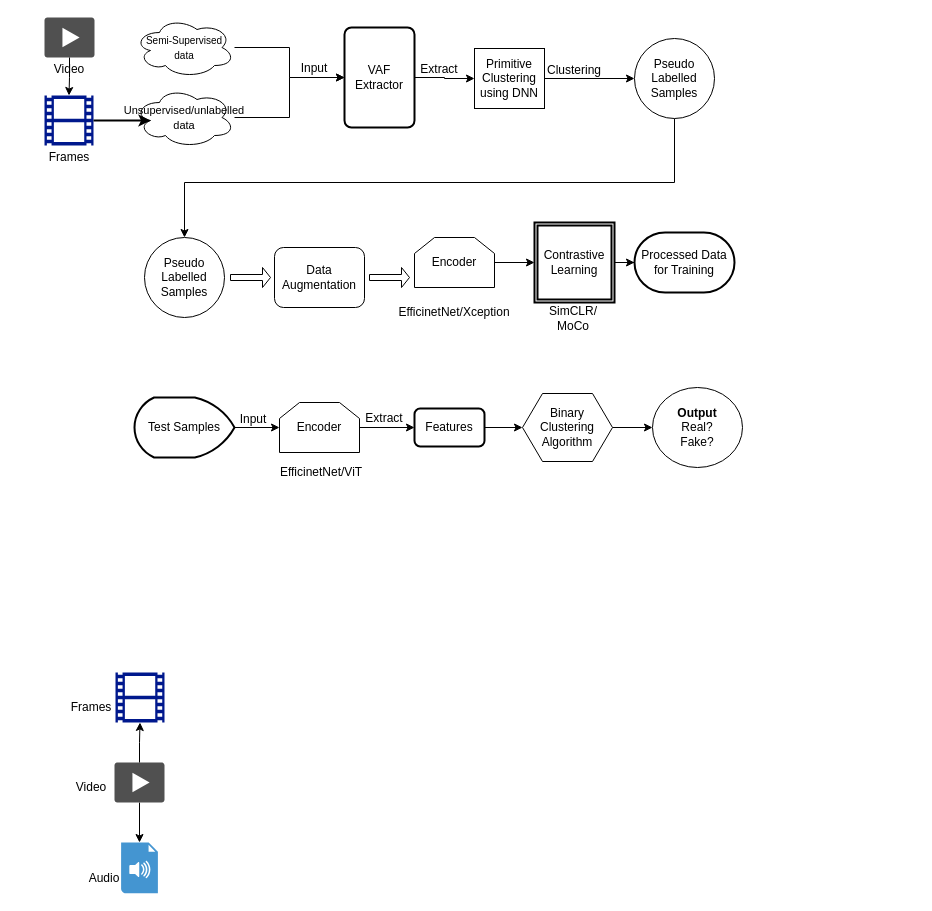
RaghulJ02/chatapp keeps this draw.io diagram as df.drawio. Above is the earlier version. Source tidied: cells renumbered, new cells numbered last; positions are measured from the earlier drawing's top-left corner, leaving out a move shared by most shapes. Both pictures are drawn from the tidied source at 100%, with x=0, y=0 at pixel (39, 17).
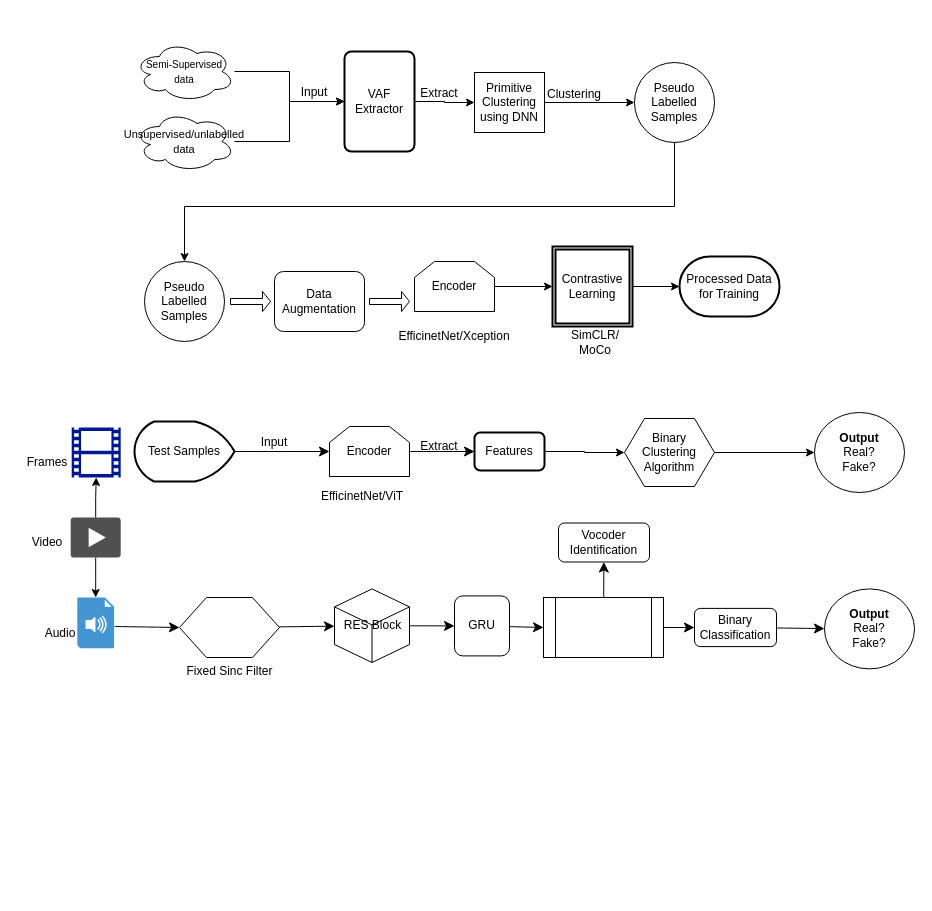
Above is the later version.

Change to the diagram source:
```diff
@@
     <mxCell id="3" value="&lt;font style=&quot;font-size: 10px;&quot;&gt;Semi-Supervised data&lt;/font&gt;" style="ellipse;shape=cloud;whiteSpace=wrap;html=1;align=center;" parent="1" vertex="1">
-      <mxGeometry x="95" width="100" height="60" as="geometry" />
+      <mxGeometry x="95" y="24" width="100" height="60" as="geometry" />
     </mxCell>
@@
     <mxCell id="5" value="&lt;font style=&quot;font-size: 11px;&quot;&gt;Unsupervised/unlabelled data&lt;/font&gt;" style="ellipse;shape=cloud;whiteSpace=wrap;html=1;align=center;" parent="1" vertex="1">
-      <mxGeometry x="95" y="70" width="100" height="60" as="geometry" />
+      <mxGeometry x="95" y="94" width="100" height="60" as="geometry" />
     </mxCell>
@@
     <mxCell id="7" value="VAF Extractor" style="rounded=1;whiteSpace=wrap;html=1;absoluteArcSize=1;arcSize=14;strokeWidth=2;" parent="1" vertex="1">
-      <mxGeometry x="305" y="10" width="70" height="100" as="geometry" />
+      <mxGeometry x="305" y="34" width="70" height="100" as="geometry" />
     </mxCell>
@@
     <mxCell id="9" value="Primitive Clustering using DNN" style="rounded=0;whiteSpace=wrap;html=1;" parent="1" vertex="1">
-      <mxGeometry x="435" y="31" width="70" height="60" as="geometry" />
+      <mxGeometry x="435" y="55" width="70" height="60" as="geometry" />
     </mxCell>
     <mxCell id="10" value="&lt;div&gt;Input&lt;/div&gt;" style="text;html=1;align=center;verticalAlign=middle;whiteSpace=wrap;rounded=0;" parent="1" vertex="1">
-      <mxGeometry x="245" y="36" width="60" height="30" as="geometry" />
+      <mxGeometry x="245" y="60" width="60" height="30" as="geometry" />
     </mxCell>
     <mxCell id="11" value="Extract" style="text;html=1;align=center;verticalAlign=middle;whiteSpace=wrap;rounded=0;" parent="1" vertex="1">
-      <mxGeometry x="370" y="37" width="60" height="30" as="geometry" />
+      <mxGeometry x="370" y="61" width="60" height="30" as="geometry" />
     </mxCell>
     <mxCell id="12" style="edgeStyle=orthogonalEdgeStyle;rounded=0;jettySize=auto;html=1;" parent="1" edge="1" source="13" target="15">
       <mxGeometry relative="1" as="geometry">
         <Array as="points">
-          <mxPoint x="635" y="165" />
-          <mxPoint x="145" y="165" />
+          <mxPoint x="635" y="189" />
+          <mxPoint x="145" y="189" />
         </Array>
       </mxGeometry>
     </mxCell>
     <mxCell id="13" value="Pseudo Labelled Samples" style="ellipse;whiteSpace=wrap;html=1;" parent="1" vertex="1">
-      <mxGeometry x="595" y="21" width="80" height="80" as="geometry" />
+      <mxGeometry x="595" y="45" width="80" height="80" as="geometry" />
     </mxCell>
     <mxCell id="14" value="Clustering" style="text;html=1;align=center;verticalAlign=middle;whiteSpace=wrap;rounded=0;" parent="1" vertex="1">
-      <mxGeometry x="505" y="38" width="60" height="30" as="geometry" />
+      <mxGeometry x="505" y="62" width="60" height="30" as="geometry" />
     </mxCell>
     <mxCell id="15" value="Pseudo Labelled Samples" style="ellipse;whiteSpace=wrap;html=1;" parent="1" vertex="1">
-      <mxGeometry x="105" y="220" width="80" height="80" as="geometry" />
+      <mxGeometry x="105" y="244" width="80" height="80" as="geometry" />
     </mxCell>
     <mxCell id="16" value="Data Augmentation" style="rounded=1;whiteSpace=wrap;html=1;" parent="1" vertex="1">
-      <mxGeometry x="235" y="230" width="90" height="60" as="geometry" />
+      <mxGeometry x="235" y="254" width="90" height="60" as="geometry" />
     </mxCell>
     <mxCell id="17" style="shape=singleArrow;whiteSpace=wrap;html=1;" parent="1" vertex="1">
-      <mxGeometry x="191" y="250" width="40" height="20" as="geometry" />
+      <mxGeometry x="191" y="274" width="40" height="20" as="geometry" />
     </mxCell>
@@
     <mxCell id="19" value="Encoder" style="shape=loopLimit;whiteSpace=wrap;html=1;" parent="1" vertex="1">
-      <mxGeometry x="375" y="220" width="80" height="50" as="geometry" />
+      <mxGeometry x="375" y="244" width="80" height="50" as="geometry" />
     </mxCell>
     <mxCell id="20" style="shape=singleArrow;whiteSpace=wrap;html=1;" parent="1" vertex="1">
-      <mxGeometry x="330" y="250" width="40" height="20" as="geometry" />
+      <mxGeometry x="330" y="274" width="40" height="20" as="geometry" />
     </mxCell>
     <mxCell id="21" value="EfficinetNet/Xception" style="text;html=1;align=center;verticalAlign=middle;whiteSpace=wrap;rounded=0;" parent="1" vertex="1">
-      <mxGeometry x="385" y="280" width="60" height="30" as="geometry" />
+      <mxGeometry x="385" y="304" width="60" height="30" as="geometry" />
     </mxCell>
     <mxCell id="22" value="Contrastive Learning" style="shape=ext;double=1;whiteSpace=wrap;html=1;strokeWidth=2;" parent="1" vertex="1">
-      <mxGeometry x="495" y="205" width="80" height="80" as="geometry" />
+      <mxGeometry x="513" y="229" width="80" height="80" as="geometry" />
     </mxCell>
     <mxCell id="23" value="&lt;div&gt;SimCLR/&lt;/div&gt;&lt;div&gt;MoCo&lt;br&gt;&lt;/div&gt;" style="text;html=1;align=center;verticalAlign=middle;whiteSpace=wrap;rounded=0;" parent="1" vertex="1">
-      <mxGeometry x="504" y="286" width="60" height="30" as="geometry" />
+      <mxGeometry x="526" y="310" width="60" height="30" as="geometry" />
     </mxCell>
     <mxCell id="24" value="Processed Data for Training" style="strokeWidth=2;html=1;shape=mxgraph.flowchart.terminator;whiteSpace=wrap;" parent="1" vertex="1">
-      <mxGeometry x="595" y="215" width="100" height="60" as="geometry" />
+      <mxGeometry x="640" y="239" width="100" height="60" as="geometry" />
     </mxCell>
@@
-    <mxCell id="26" style="edgeStyle=orthogonalEdgeStyle;rounded=0;jettySize=auto;html=1;" parent="1" edge="1" source="27" target="29">
+    <mxCell id="26" style="edgeStyle=none;curved=1;rounded=0;jettySize=auto;html=1;entryX=0;entryY=0.5;entryDx=0;entryDy=0;fontSize=12;startSize=8;endSize=8;" parent="1" edge="1" source="27" target="29">
       <mxGeometry relative="1" as="geometry" />
     </mxCell>
     <mxCell id="27" value="Test Samples" style="strokeWidth=2;html=1;shape=mxgraph.flowchart.display;whiteSpace=wrap;direction=west;" parent="1" vertex="1">
-      <mxGeometry x="95" y="380" width="100" height="60" as="geometry" />
+      <mxGeometry x="95" y="404" width="100" height="60" as="geometry" />
     </mxCell>
-    <mxCell id="28" style="edgeStyle=orthogonalEdgeStyle;rounded=0;jettySize=auto;html=1;entryX=0;entryY=0.5;entryDx=0;entryDy=0;" parent="1" edge="1" source="29" target="32">
+    <mxCell id="28" style="edgeStyle=none;curved=1;rounded=0;jettySize=auto;html=1;entryX=0;entryY=0.5;entryDx=0;entryDy=0;fontSize=12;startSize=8;endSize=8;" parent="1" edge="1" source="29" target="32">
       <mxGeometry relative="1" as="geometry" />
     </mxCell>
     <mxCell id="29" value="Encoder" style="shape=loopLimit;whiteSpace=wrap;html=1;" parent="1" vertex="1">
-      <mxGeometry x="240" y="385" width="80" height="50" as="geometry" />
+      <mxGeometry x="290" y="409" width="80" height="50" as="geometry" />
     </mxCell>
-    <mxCell id="30" value="&lt;div&gt;Input&lt;/div&gt;" style="text;html=1;align=center;verticalAlign=middle;whiteSpace=wrap;rounded=0;" parent="1" vertex="1">
-      <mxGeometry x="184" y="387" width="60" height="30" as="geometry" />
-    </mxCell>
@@
     <mxCell id="32" value="Features" style="rounded=1;whiteSpace=wrap;html=1;strokeWidth=2;" parent="1" vertex="1">
-      <mxGeometry x="375" y="391" width="70" height="38" as="geometry" />
+      <mxGeometry x="435" y="415" width="70" height="38" as="geometry" />
     </mxCell>
-    <mxCell id="33" value="Extract" style="text;html=1;align=center;verticalAlign=middle;whiteSpace=wrap;rounded=0;" parent="1" vertex="1">
-      <mxGeometry x="315" y="386" width="60" height="30" as="geometry" />
-    </mxCell>
@@
     <mxCell id="35" value="&lt;div&gt;Binary Clustering&lt;/div&gt;&lt;div&gt;Algorithm&lt;br&gt;&lt;/div&gt;" style="shape=hexagon;perimeter=hexagonPerimeter2;whiteSpace=wrap;html=1;fixedSize=1;" parent="1" vertex="1">
-      <mxGeometry x="483" y="376" width="90" height="68" as="geometry" />
+      <mxGeometry x="585" y="401" width="90" height="68" as="geometry" />
     </mxCell>
     <mxCell id="36" value="&lt;div&gt;&lt;b&gt;Output&lt;/b&gt;&lt;/div&gt;&lt;div&gt;Real?&lt;/div&gt;&lt;div&gt;Fake?&lt;br&gt;&lt;/div&gt;" style="ellipse;whiteSpace=wrap;html=1;" parent="1" vertex="1">
-      <mxGeometry x="613" y="370" width="90" height="80" as="geometry" />
+      <mxGeometry x="775" y="395" width="90" height="80" as="geometry" />
     </mxCell>
     <mxCell id="37" value="EfficinetNet/ViT" style="text;html=1;align=center;verticalAlign=middle;whiteSpace=wrap;rounded=0;" parent="1" vertex="1">
-      <mxGeometry x="252" y="440" width="60" height="30" as="geometry" />
+      <mxGeometry x="293" y="464" width="60" height="30" as="geometry" />
     </mxCell>
-    <mxCell id="38" style="sketch=0;shadow=0;dashed=0;html=1;strokeColor=none;labelPosition=center;verticalLabelPosition=bottom;verticalAlign=top;align=center;fillColor=#00188D;shape=mxgraph.mscae.general.video;" parent="1" vertex="1">
-      <mxGeometry x="5" y="78" width="49" height="50" as="geometry" />
-    </mxCell>
-    <mxCell id="39" style="sketch=0;shadow=0;dashed=0;html=1;strokeColor=none;fillColor=#505050;labelPosition=center;verticalLabelPosition=bottom;verticalAlign=top;outlineConnect=0;align=center;shape=mxgraph.office.concepts.video_play;" parent="1" vertex="1">
-      <mxGeometry x="5" width="50" height="40" as="geometry" />
-    </mxCell>
-    <mxCell id="40" value="Video" style="text;html=1;align=center;verticalAlign=middle;whiteSpace=wrap;rounded=0;" parent="1" vertex="1">
-      <mxGeometry y="37" width="60" height="30" as="geometry" />
-    </mxCell>
-    <mxCell id="41" value="Frames" style="text;html=1;align=center;verticalAlign=middle;whiteSpace=wrap;rounded=0;" parent="1" vertex="1">
-      <mxGeometry y="125" width="60" height="30" as="geometry" />
-    </mxCell>
-    <mxCell id="42" style="edgeStyle=orthogonalEdgeStyle;rounded=0;jettySize=auto;html=1;entryX=0.5;entryY=0;entryDx=0;entryDy=0;entryPerimeter=0;" parent="1" edge="1" source="39" target="38">
-      <mxGeometry relative="1" as="geometry" />
-    </mxCell>
-    <mxCell id="43" style="edgeStyle=orthogonalEdgeStyle;rounded=0;jettySize=auto;html=1;entryX=0.16;entryY=0.55;entryDx=0;entryDy=0;entryPerimeter=0;strokeWidth=2;" parent="1" edge="1" source="38" target="5">
-      <mxGeometry relative="1" as="geometry" />
-    </mxCell>
     <mxCell id="44" style="sketch=0;shadow=0;dashed=0;html=1;strokeColor=none;labelPosition=center;verticalLabelPosition=bottom;verticalAlign=top;align=center;fillColor=#00188D;shape=mxgraph.mscae.general.video;" parent="1" vertex="1">
-      <mxGeometry x="76" y="655" width="49" height="50" as="geometry" />
+      <mxGeometry x="32.2" y="410" width="49" height="50" as="geometry" />
     </mxCell>
@@
     <mxCell id="46" style="sketch=0;shadow=0;dashed=0;html=1;strokeColor=none;fillColor=#505050;labelPosition=center;verticalLabelPosition=bottom;verticalAlign=top;outlineConnect=0;align=center;shape=mxgraph.office.concepts.video_play;" parent="1" vertex="1">
-      <mxGeometry x="75" y="745" width="50" height="40" as="geometry" />
+      <mxGeometry x="31.2" y="500" width="50" height="40" as="geometry" />
     </mxCell>
     <mxCell id="47" style="shadow=0;dashed=0;html=1;strokeColor=none;fillColor=#4495D1;labelPosition=center;verticalLabelPosition=bottom;verticalAlign=top;align=center;outlineConnect=0;shape=mxgraph.veeam.audio_file;" parent="1" vertex="1">
-      <mxGeometry x="81.6" y="825" width="36.8" height="50.8" as="geometry" />
+      <mxGeometry x="37.8" y="580" width="36.8" height="50.8" as="geometry" />
     </mxCell>
@@
     <mxCell id="49" value="&lt;div&gt;Frames&lt;/div&gt;" style="text;html=1;align=center;verticalAlign=middle;whiteSpace=wrap;rounded=0;" parent="1" vertex="1">
-      <mxGeometry x="21.6" y="675" width="60" height="30" as="geometry" />
+      <mxGeometry x="-22.2" y="430" width="60" height="30" as="geometry" />
     </mxCell>
+    <mxCell id="52" style="edgeStyle=none;curved=1;rounded=0;jettySize=auto;html=1;entryX=0;entryY=0.5;entryDx=0;entryDy=0;fontSize=12;startSize=8;endSize=8;" parent="1" edge="1" target="54">
+      <mxGeometry relative="1" as="geometry">
+        <mxPoint x="75" y="609" as="sourcePoint" />
+      </mxGeometry>
+    </mxCell>
     <mxCell id="50" value="&lt;div&gt;Audio&lt;/div&gt;" style="text;html=1;align=center;verticalAlign=middle;whiteSpace=wrap;rounded=0;" parent="1" vertex="1">
-      <mxGeometry x="35" y="845.8" width="60" height="30" as="geometry" />
+      <mxGeometry x="-8.8" y="600.8" width="60" height="30" as="geometry" />
     </mxCell>
     <mxCell id="51" value="Video" style="text;html=1;align=center;verticalAlign=middle;whiteSpace=wrap;rounded=0;" parent="1" vertex="1">
-      <mxGeometry x="21.6" y="755" width="60" height="30" as="geometry" />
+      <mxGeometry x="-22.2" y="510" width="60" height="30" as="geometry" />
     </mxCell>
+    <mxCell id="53" style="edgeStyle=none;curved=1;rounded=0;jettySize=auto;html=1;fontSize=12;startSize=8;endSize=8;" parent="1" edge="1" source="54" target="56">
+      <mxGeometry relative="1" as="geometry" />
+    </mxCell>
+    <mxCell id="54" value="Fixed Sinc Filter" style="verticalLabelPosition=bottom;verticalAlign=top;html=1;shape=hexagon;perimeter=hexagonPerimeter2;arcSize=6;size=0.27;" parent="1" vertex="1">
+      <mxGeometry x="140" y="580" width="100" height="60" as="geometry" />
+    </mxCell>
+    <mxCell id="55" style="edgeStyle=none;curved=1;rounded=0;jettySize=auto;html=1;entryX=0;entryY=0.5;entryDx=0;entryDy=0;fontSize=12;startSize=8;endSize=8;" parent="1" edge="1" source="56" target="58">
+      <mxGeometry relative="1" as="geometry" />
+    </mxCell>
+    <mxCell id="56" value="RES Block" style="html=1;shape=mxgraph.basic.isocube;isoAngle=15;" parent="1" vertex="1">
+      <mxGeometry x="295" y="571.4" width="75" height="73.6" as="geometry" />
+    </mxCell>
+    <mxCell id="57" style="edgeStyle=none;curved=1;rounded=0;jettySize=auto;html=1;entryX=0;entryY=0.5;entryDx=0;entryDy=0;fontSize=12;startSize=8;endSize=8;" parent="1" edge="1" source="58" target="61">
+      <mxGeometry relative="1" as="geometry" />
+    </mxCell>
+    <mxCell id="58" value="GRU" style="rounded=1;whiteSpace=wrap;html=1;" parent="1" vertex="1">
+      <mxGeometry x="415" y="578.4" width="55" height="60" as="geometry" />
+    </mxCell>
+    <mxCell id="59" style="edgeStyle=none;curved=1;rounded=0;jettySize=auto;html=1;fontSize=12;startSize=8;endSize=8;" parent="1" edge="1" source="61" target="62">
+      <mxGeometry relative="1" as="geometry" />
+    </mxCell>
+    <mxCell id="60" style="edgeStyle=none;curved=1;rounded=0;jettySize=auto;html=1;fontSize=12;startSize=8;endSize=8;" parent="1" edge="1" source="61" target="64">
+      <mxGeometry relative="1" as="geometry" />
+    </mxCell>
+    <mxCell id="61" style="shape=process;whiteSpace=wrap;html=1;backgroundOutline=1;" parent="1" vertex="1">
+      <mxGeometry x="504" y="580" width="120" height="60" as="geometry" />
+    </mxCell>
+    <mxCell id="62" value="Vocoder Identification" style="rounded=1;whiteSpace=wrap;html=1;" parent="1" vertex="1">
+      <mxGeometry x="519" y="505.5" width="91" height="39" as="geometry" />
+    </mxCell>
+    <mxCell id="63" style="edgeStyle=none;curved=1;rounded=0;jettySize=auto;html=1;fontSize=12;startSize=8;endSize=8;" parent="1" edge="1" source="64" target="65">
+      <mxGeometry relative="1" as="geometry" />
+    </mxCell>
+    <mxCell id="64" value="Binary Classification" style="rounded=1;whiteSpace=wrap;html=1;" parent="1" vertex="1">
+      <mxGeometry x="655" y="590.9" width="82" height="38.2" as="geometry" />
+    </mxCell>
+    <mxCell id="65" value="&lt;div&gt;&lt;b&gt;Output&lt;/b&gt;&lt;/div&gt;&lt;div&gt;Real?&lt;/div&gt;&lt;div&gt;Fake?&lt;br&gt;&lt;/div&gt;" style="ellipse;whiteSpace=wrap;html=1;" parent="1" vertex="1">
+      <mxGeometry x="785" y="571.4" width="90" height="80" as="geometry" />
+    </mxCell>
+    <mxCell id="33" value="Extract" style="text;html=1;align=center;verticalAlign=middle;whiteSpace=wrap;rounded=0;" parent="1" vertex="1">
+      <mxGeometry x="370" y="414" width="60" height="30" as="geometry" />
+    </mxCell>
+    <mxCell id="30" value="&lt;div&gt;Input&lt;/div&gt;" style="text;html=1;align=center;verticalAlign=middle;whiteSpace=wrap;rounded=0;" parent="1" vertex="1">
+      <mxGeometry x="205" y="410" width="60" height="30" as="geometry" />
+    </mxCell>
```
